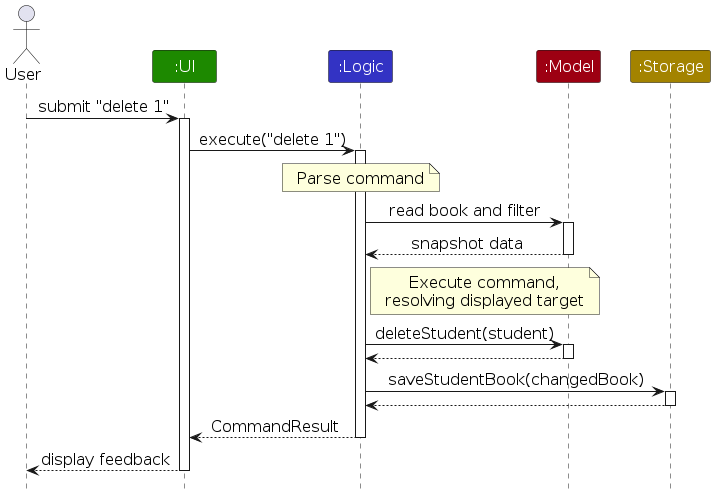
The PlantUML diagram diagrams/ArchitectureSequenceDiagram.png in AY2627S1-CS2103T-T16-1/tp, before a commit. Its source is kept beside it as diagrams/ArchitectureSequenceDiagram.puml.
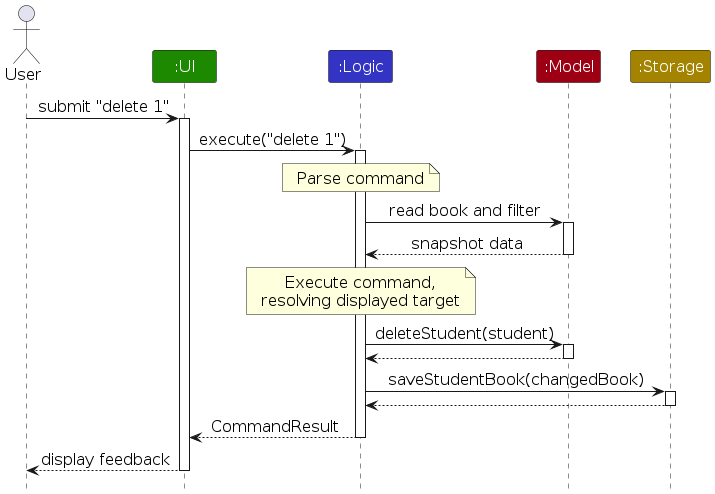
The same file after the commit.

The edit, as a diff of the source:
```diff
@@ -18,7 +18,7 @@
 activate model
 model --> logic : snapshot data
 deactivate model
-note right of logic
+note over logic
   Execute command,
   resolving displayed target
 end note
```
